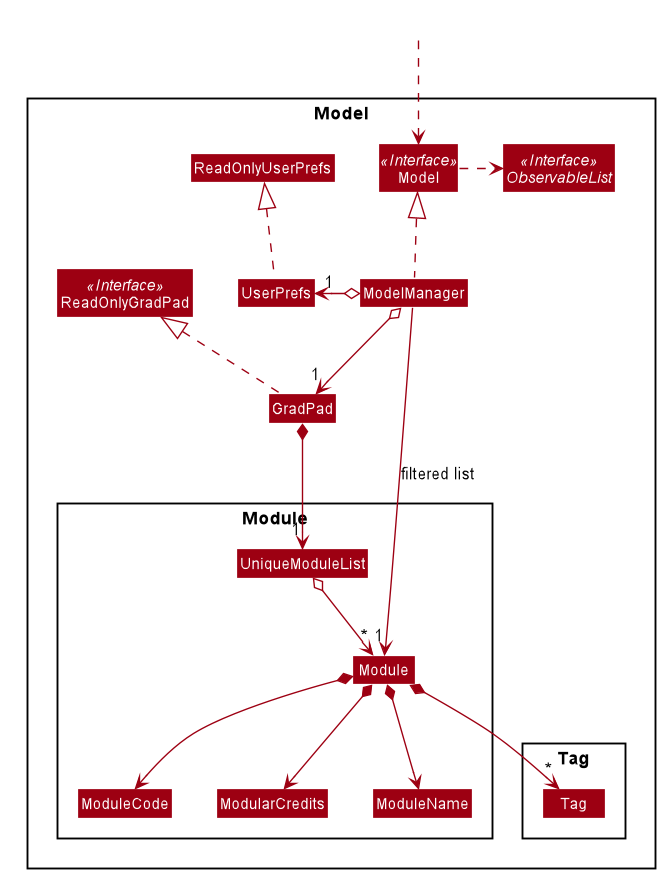
yan-soon/tp keeps this PlantUML diagram as docs/images/ModelClassDiagram.png. Above is the earlier version.
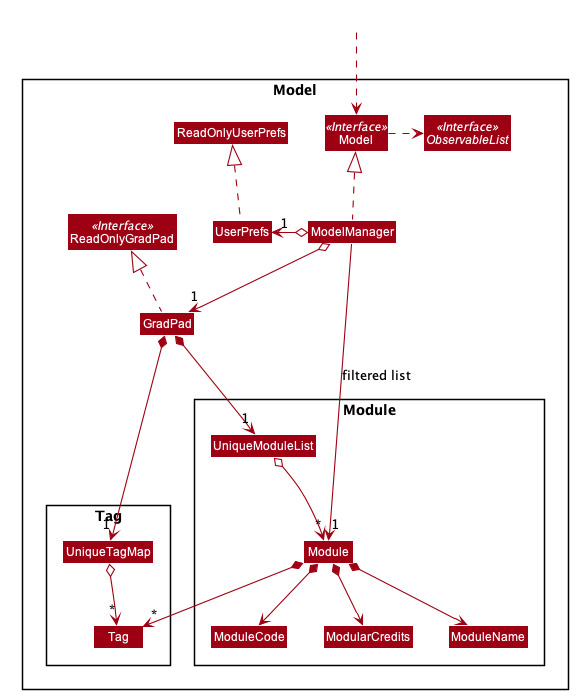
After the commit.

Commit message:
DG: Update Model component with new UniqueTagMap

Diff of the diagram source:
```diff
@@ -1,4 +1,5 @@
 @startuml
+
 
 
 
@@ -72,6 +73,7 @@
 
 Package Tag {
 Class Tag
+Class UniqueTagMap
 }
 }
 
@@ -87,6 +89,8 @@
 UserPrefs .up.|> ReadOnlyUserPrefs
 
 GradPad *--> "1" UniqueModuleList
+GradPad *--> "1" UniqueTagMap
+UniqueTagMap o--> "*" Tag
 UniqueModuleList o--> "*" Module
 Module *--> ModuleCode
 Module *--> ModularCredits
```
